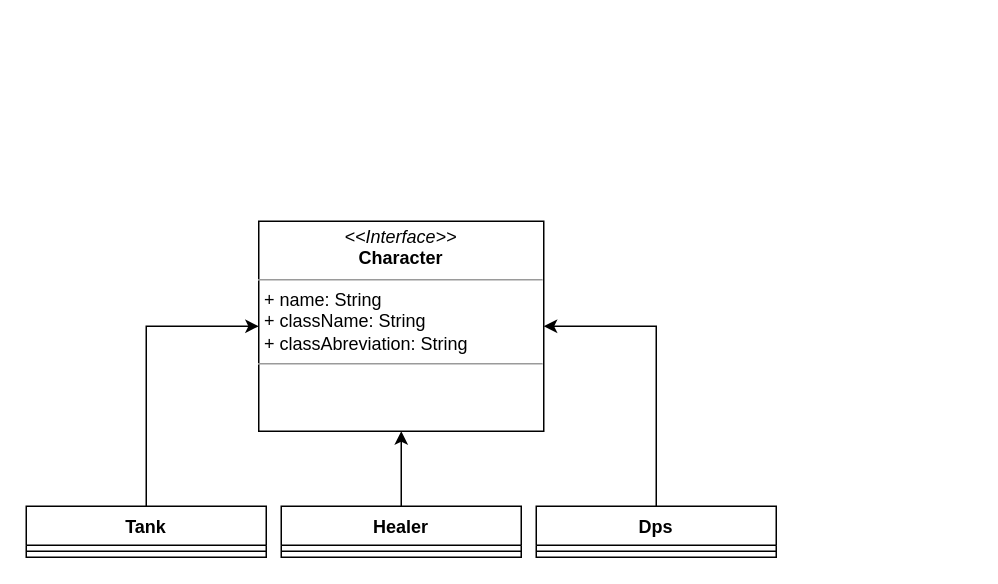
Earlier version of the draw.io diagram page "Page-3" (3 of 4) of diagramas.drawio (hannaBanannaOF/entra21-git-inicio). Source tidied: cells renumbered, new cells numbered last; positions are measured from the earlier drawing's top-left corner, leaving out a move shared by most shapes. Both pictures are drawn from the tidied source at 150%, with x=0, y=0 at pixel (26, 220).
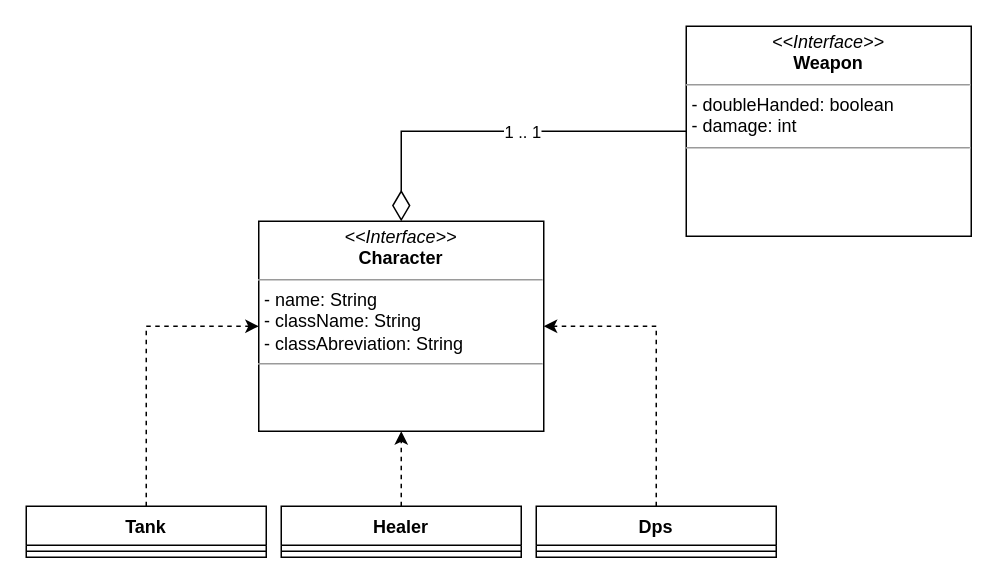
After the change.

What changed in the source:
```diff
@@
 <mxGraphModel>
   <root>
     <mxCell id="0" />
     <mxCell id="1" parent="0" />
-    <mxCell id="2" style="edgeStyle=orthogonalEdgeStyle;rounded=0;jettySize=auto;html=1;exitX=0.5;exitY=0;exitDx=0;exitDy=0;entryX=0;entryY=0.5;entryDx=0;entryDy=0;" parent="1" edge="1" source="3" target="11">
+    <mxCell id="2" style="edgeStyle=orthogonalEdgeStyle;rounded=0;jettySize=auto;html=1;exitX=0.5;exitY=0;exitDx=0;exitDy=0;entryX=0;entryY=0.5;entryDx=0;entryDy=0;dashed=1;" parent="1" edge="1" source="3" target="11">
       <mxGeometry relative="1" as="geometry" />
     </mxCell>
     <mxCell id="3" value="Tank" style="swimlane;fontStyle=1;align=center;verticalAlign=top;horizontal=1;startSize=26;" parent="1" vertex="1">
       <mxGeometry y="190" width="160" height="34" as="geometry" />
     </mxCell>
     <mxCell id="4" style="line;strokeWidth=1;fillColor=none;align=left;verticalAlign=middle;spacingTop=-1;spacingLeft=3;spacingRight=3;labelPosition=right;" parent="3" vertex="1">
       <mxGeometry y="26" width="160" height="8" as="geometry" />
     </mxCell>
-    <mxCell id="5" style="edgeStyle=orthogonalEdgeStyle;rounded=0;jettySize=auto;html=1;exitX=0.5;exitY=0;exitDx=0;exitDy=0;entryX=0.5;entryY=1;entryDx=0;entryDy=0;" parent="1" edge="1" source="6" target="11">
+    <mxCell id="5" style="edgeStyle=orthogonalEdgeStyle;rounded=0;jettySize=auto;html=1;exitX=0.5;exitY=0;exitDx=0;exitDy=0;entryX=0.5;entryY=1;entryDx=0;entryDy=0;dashed=1;" parent="1" edge="1" source="6" target="11">
       <mxGeometry relative="1" as="geometry" />
     </mxCell>
     <mxCell id="6" value="Healer" style="swimlane;fontStyle=1;align=center;verticalAlign=top;horizontal=1;startSize=26;" parent="1" vertex="1">
       <mxGeometry x="170" y="190" width="160" height="34" as="geometry" />
     </mxCell>
     <mxCell id="7" style="line;strokeWidth=1;fillColor=none;align=left;verticalAlign=middle;spacingTop=-1;spacingLeft=3;spacingRight=3;labelPosition=right;" parent="6" vertex="1">
       <mxGeometry y="26" width="160" height="8" as="geometry" />
     </mxCell>
-    <mxCell id="8" style="edgeStyle=orthogonalEdgeStyle;rounded=0;jettySize=auto;html=1;exitX=0.5;exitY=0;exitDx=0;exitDy=0;entryX=1;entryY=0.5;entryDx=0;entryDy=0;" parent="1" edge="1" source="9" target="11">
+    <mxCell id="8" style="edgeStyle=orthogonalEdgeStyle;rounded=0;jettySize=auto;html=1;exitX=0.5;exitY=0;exitDx=0;exitDy=0;entryX=1;entryY=0.5;entryDx=0;entryDy=0;dashed=1;" parent="1" edge="1" source="9" target="11">
       <mxGeometry relative="1" as="geometry" />
     </mxCell>
     <mxCell id="9" value="Dps" style="swimlane;fontStyle=1;align=center;verticalAlign=top;horizontal=1;startSize=26;" parent="1" vertex="1">
       <mxGeometry x="340" y="190" width="160" height="34" as="geometry" />
     </mxCell>
     <mxCell id="10" style="line;strokeWidth=1;fillColor=none;align=left;verticalAlign=middle;spacingTop=-1;spacingLeft=3;spacingRight=3;labelPosition=right;" parent="9" vertex="1">
       <mxGeometry y="26" width="160" height="8" as="geometry" />
     </mxCell>
-    <mxCell id="11" value="&lt;p style=&quot;margin:0px;margin-top:4px;text-align:center;&quot;&gt;&lt;i&gt;&amp;lt;&amp;lt;Interface&amp;gt;&amp;gt;&lt;/i&gt;&lt;br&gt;&lt;b&gt;Character&lt;/b&gt;&lt;/p&gt;&lt;hr size=&quot;1&quot;&gt;&lt;p style=&quot;margin:0px;margin-left:4px;&quot;&gt;+ name: String&lt;/p&gt;&lt;p style=&quot;margin:0px;margin-left:4px;&quot;&gt;+ className: String&lt;br&gt;+ classAbreviation: String&lt;/p&gt;&lt;hr size=&quot;1&quot;&gt;&lt;p style=&quot;margin:0px;margin-left:4px;&quot;&gt;&lt;br&gt;&lt;/p&gt;" style="verticalAlign=top;align=left;overflow=fill;fontSize=12;fontFamily=Helvetica;html=1;" parent="1" vertex="1">
+    <mxCell id="11" value="&lt;p style=&quot;margin:0px;margin-top:4px;text-align:center;&quot;&gt;&lt;i&gt;&amp;lt;&amp;lt;Interface&amp;gt;&amp;gt;&lt;/i&gt;&lt;br&gt;&lt;b&gt;Character&lt;/b&gt;&lt;/p&gt;&lt;hr size=&quot;1&quot;&gt;&lt;p style=&quot;margin:0px;margin-left:4px;&quot;&gt;- name: String&lt;/p&gt;&lt;p style=&quot;margin:0px;margin-left:4px;&quot;&gt;- className: String&lt;br&gt;- classAbreviation: String&lt;/p&gt;&lt;hr size=&quot;1&quot;&gt;&lt;p style=&quot;margin:0px;margin-left:4px;&quot;&gt;&lt;br&gt;&lt;/p&gt;" style="verticalAlign=top;align=left;overflow=fill;fontSize=12;fontFamily=Helvetica;html=1;" parent="1" vertex="1">
       <mxGeometry x="155" width="190" height="140" as="geometry" />
     </mxCell>
+    <mxCell id="12" style="edgeStyle=orthogonalEdgeStyle;rounded=0;jettySize=auto;html=1;exitX=0;exitY=0.5;exitDx=0;exitDy=0;entryX=0.5;entryY=0;entryDx=0;entryDy=0;endArrow=diamondThin;endFill=0;endSize=18;" parent="1" edge="1" source="14" target="11">
+      <mxGeometry relative="1" as="geometry" />
+    </mxCell>
+    <mxCell id="13" value="1 .. 1" style="edgeLabel;html=1;align=center;verticalAlign=middle;" parent="12" vertex="1">
+      <mxGeometry x="0.05" relative="1" as="geometry">
+        <mxPoint x="21" as="offset" />
+      </mxGeometry>
+    </mxCell>
+    <mxCell id="14" value="&lt;p style=&quot;margin:0px;margin-top:4px;text-align:center;&quot;&gt;&lt;i&gt;&amp;lt;&amp;lt;Interface&amp;gt;&amp;gt;&lt;/i&gt;&lt;br&gt;&lt;b&gt;Weapon&lt;/b&gt;&lt;/p&gt;&lt;hr size=&quot;1&quot;&gt;&lt;p style=&quot;margin:0px;margin-left:4px;&quot;&gt;- doubleHanded: boolean&lt;br&gt;- damage: int&lt;/p&gt;&lt;hr size=&quot;1&quot;&gt;&lt;p style=&quot;margin:0px;margin-left:4px;&quot;&gt;&lt;br&gt;&lt;/p&gt;" style="verticalAlign=top;align=left;overflow=fill;fontSize=12;fontFamily=Helvetica;html=1;" parent="1" vertex="1">
+      <mxGeometry x="440" y="-130" width="190" height="140" as="geometry" />
+    </mxCell>
   </root>
 </mxGraphModel>
```
